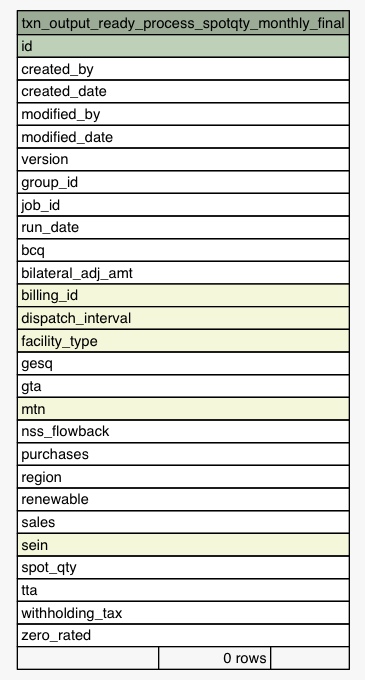
Before: Data/settlement/diagrams/summary/txn_output_ready_process_spotqty_monthly_final.1degree.png, a diagram exported from Graphviz (eyana-m/python-data-dictionary-writer). Its source is kept beside it as Data/settlement/diagrams/summary/txn_output_ready_process_spotqty_monthly_final.1degree.dot.
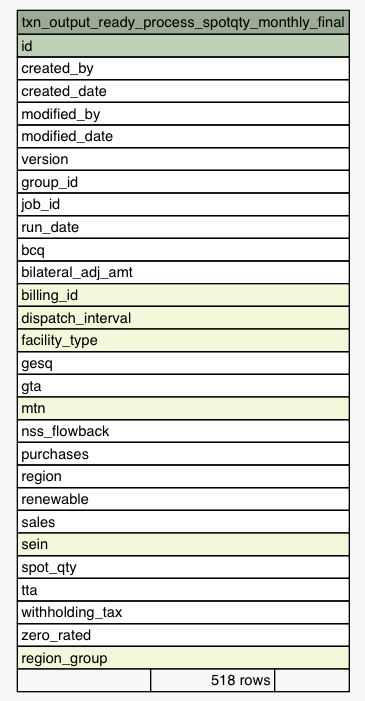
Above is the later version.

Change to the diagram source:
```diff
@@ -46,7 +46,8 @@
       <TR><TD PORT="tta" COLSPAN="3" ALIGN="LEFT">tta</TD></TR>
       <TR><TD PORT="withholding_tax" COLSPAN="3" ALIGN="LEFT">withholding_tax</TD></TR>
       <TR><TD PORT="zero_rated" COLSPAN="3" ALIGN="LEFT">zero_rated</TD></TR>
-      <TR><TD ALIGN="LEFT" BGCOLOR="#f7f7f7">  </TD><TD ALIGN="RIGHT" BGCOLOR="#f7f7f7">0 rows</TD><TD ALIGN="RIGHT" BGCOLOR="#f7f7f7">  </TD></TR>
+      <TR><TD PORT="region_group" COLSPAN="3" BGCOLOR="#f4f7da" ALIGN="LEFT">region_group</TD></TR>
+      <TR><TD ALIGN="LEFT" BGCOLOR="#f7f7f7">  </TD><TD ALIGN="RIGHT" BGCOLOR="#f7f7f7">518 rows</TD><TD ALIGN="RIGHT" BGCOLOR="#f7f7f7">  </TD></TR>
     </TABLE>>
     URL="tables/txn_output_ready_process_spotqty_monthly_final.html"
     tooltip="txn_output_ready_process_spotqty_monthly_final"
```
